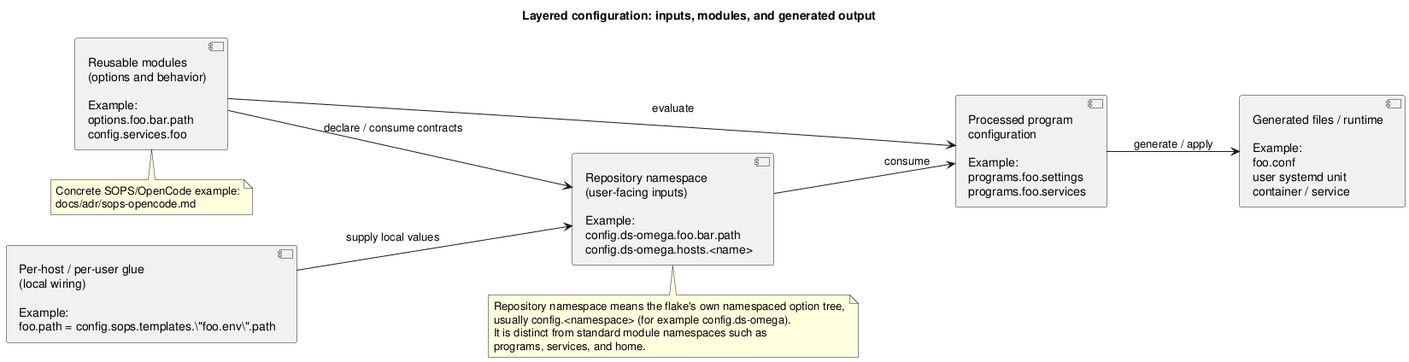
Above: docs/_diagrams/ConfigurationLayers_diagram.png in DeadlySquad13/Unix_dotfiles (PlantUML), before the change.
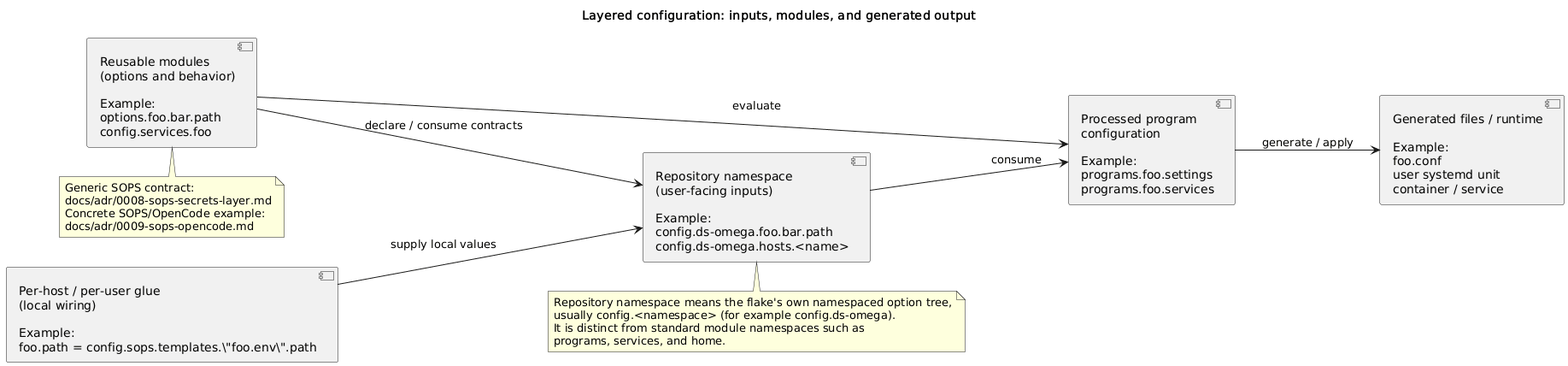
After the commit.

Commit message:
[Docs](_adr): Separated sops-opencode recommendations into generic and opencode specific.

Diff of the diagram source:
```diff
@@ -21,7 +21,9 @@
 end note
 
 note bottom of modules
+Generic SOPS contract:
+docs/adr/0008-sops-secrets-layer.md
 Concrete SOPS/OpenCode example:
-docs/adr/sops-opencode.md
+docs/adr/0009-sops-opencode.md
 end note
 @enduml
```
